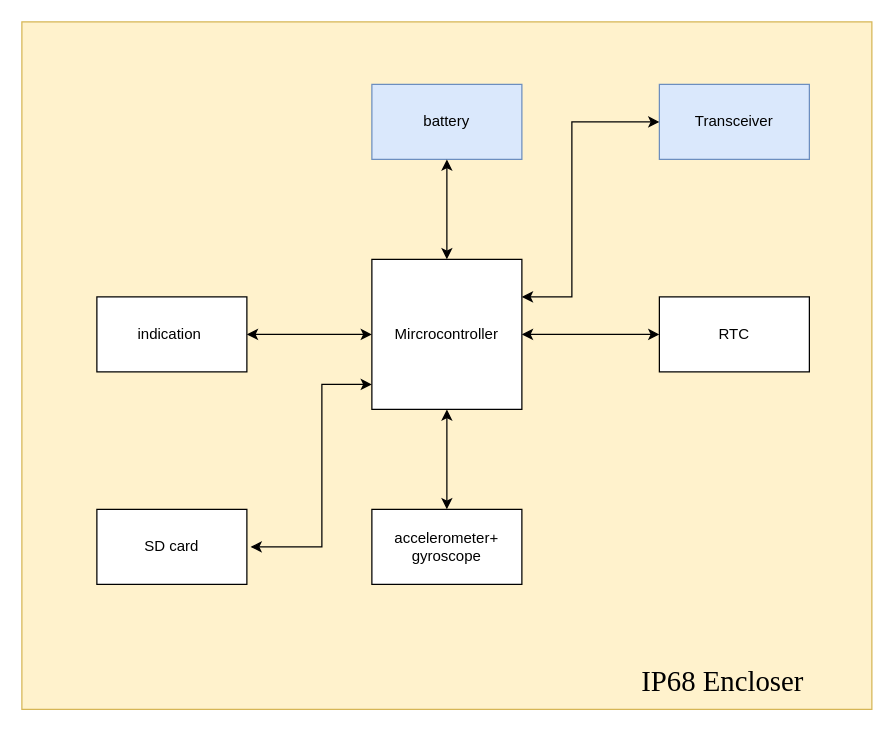
The draw.io diagram shambhavi/Document/QLBF.drawio in Ashutoshkarve007/STM32_Learning, before the edit. Source tidied: cells renumbered, new cells numbered last; positions are measured from the earlier drawing's top-left corner, leaving out a move shared by most shapes. Both pictures are drawn from the tidied source at 125%, with x=0, y=0 at pixel (21, 21).
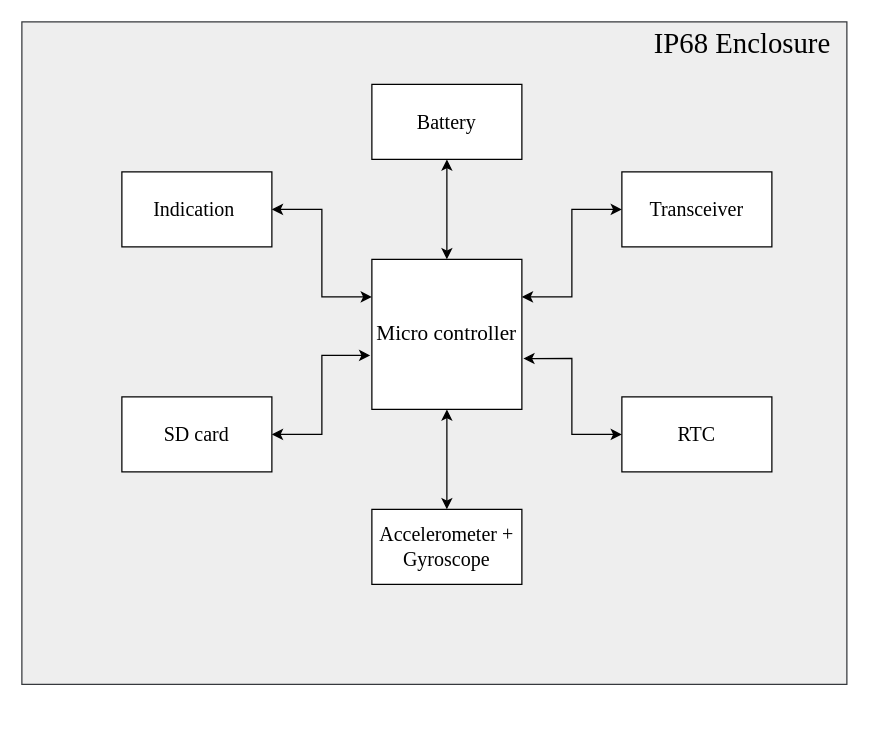
Above is the later version.

What changed in the source:
```diff
@@
-    <mxCell id="2" style="rounded=0;whiteSpace=wrap;html=1;align=right;fillColor=#fff2cc;strokeColor=#d6b656;" parent="1" vertex="1">
-      <mxGeometry width="680" height="550" as="geometry" />
+    <mxCell id="2" style="rounded=0;whiteSpace=wrap;html=1;align=right;fillColor=#eeeeee;strokeColor=#36393d;" parent="1" vertex="1">
+      <mxGeometry width="660" height="530" as="geometry" />
     </mxCell>
-    <mxCell id="3" value="Mircrocontroller" style="whiteSpace=wrap;html=1;" parent="1" vertex="1">
+    <mxCell id="3" value="&lt;font style=&quot;font-size: 17px;&quot;&gt;Micro controller&lt;/font&gt;" style="whiteSpace=wrap;html=1;fontFamily=Times New Roman;" parent="1" vertex="1">
       <mxGeometry x="280" y="190" width="120" height="120" as="geometry" />
     </mxCell>
-    <mxCell id="4" value="battery" style="rounded=0;whiteSpace=wrap;html=1;fillColor=#dae8fc;strokeColor=#6c8ebf;" parent="1" vertex="1">
+    <mxCell id="4" value="&lt;font style=&quot;font-size: 16px;&quot;&gt;Battery&lt;/font&gt;" style="rounded=0;whiteSpace=wrap;html=1;fontFamily=Times New Roman;" parent="1" vertex="1">
       <mxGeometry x="280" y="50" width="120" height="60" as="geometry" />
     </mxCell>
-    <mxCell id="5" value="Transceiver" style="rounded=0;whiteSpace=wrap;html=1;rotation=0;fillColor=#dae8fc;strokeColor=#6c8ebf;" parent="1" vertex="1">
-      <mxGeometry x="510" y="50" width="120" height="60" as="geometry" />
+    <mxCell id="5" value="&lt;font style=&quot;font-size: 16px;&quot;&gt;Transceiver&lt;/font&gt;" style="rounded=0;whiteSpace=wrap;html=1;rotation=0;fontFamily=Times New Roman;" parent="1" vertex="1">
+      <mxGeometry x="480" y="120" width="120" height="60" as="geometry" />
     </mxCell>
-    <mxCell id="6" value="accelerometer+ gyroscope" style="rounded=0;whiteSpace=wrap;html=1;" parent="1" vertex="1">
+    <mxCell id="6" value="&lt;font style=&quot;font-size: 16px;&quot;&gt;Accelerometer + Gyroscope&lt;/font&gt;" style="rounded=0;whiteSpace=wrap;html=1;fontFamily=Times New Roman;" parent="1" vertex="1">
       <mxGeometry x="280" y="390" width="120" height="60" as="geometry" />
     </mxCell>
-    <mxCell id="7" value="SD card" style="rounded=0;whiteSpace=wrap;html=1;" parent="1" vertex="1">
-      <mxGeometry x="60" y="390" width="120" height="60" as="geometry" />
+    <mxCell id="7" value="&lt;font style=&quot;font-size: 16px;&quot;&gt;SD card&lt;/font&gt;" style="rounded=0;whiteSpace=wrap;html=1;fontFamily=Times New Roman;" parent="1" vertex="1">
+      <mxGeometry x="80" y="300" width="120" height="60" as="geometry" />
     </mxCell>
-    <mxCell id="8" value="indication&amp;nbsp;" style="rounded=0;whiteSpace=wrap;html=1;" parent="1" vertex="1">
-      <mxGeometry x="60" y="220" width="120" height="60" as="geometry" />
+    <mxCell id="8" value="&lt;font style=&quot;font-size: 16px;&quot;&gt;Indication&amp;nbsp;&lt;/font&gt;" style="rounded=0;whiteSpace=wrap;html=1;fontFamily=Times New Roman;" parent="1" vertex="1">
+      <mxGeometry x="80" y="120" width="120" height="60" as="geometry" />
     </mxCell>
-    <mxCell id="9" value="RTC" style="rounded=0;whiteSpace=wrap;html=1;" parent="1" vertex="1">
-      <mxGeometry x="510" y="220" width="120" height="60" as="geometry" />
+    <mxCell id="9" value="&lt;font style=&quot;font-size: 16px;&quot;&gt;RTC&lt;/font&gt;" style="rounded=0;whiteSpace=wrap;html=1;fontFamily=Times New Roman;" parent="1" vertex="1">
+      <mxGeometry x="480" y="300" width="120" height="60" as="geometry" />
     </mxCell>
-    <mxCell id="10" style="endArrow=classic;startArrow=classic;html=1;rounded=0;entryX=0;entryY=0.5;entryDx=0;entryDy=0;edgeStyle=orthogonalEdgeStyle;exitX=1;exitY=0.25;exitDx=0;exitDy=0;" parent="1" edge="1" source="3" target="5">
-      <mxGeometry relative="1" as="geometry">
-        <Array as="points">
-          <mxPoint x="440" y="220" />
-          <mxPoint x="440" y="80" />
-        </Array>
-      </mxGeometry>
+    <mxCell id="10" style="endArrow=classic;startArrow=classic;html=1;rounded=0;entryX=0;entryY=0.5;entryDx=0;entryDy=0;exitX=1;exitY=0.25;exitDx=0;exitDy=0;edgeStyle=orthogonalEdgeStyle;" parent="1" edge="1" source="3" target="5">
+      <mxGeometry relative="1" as="geometry" />
     </mxCell>
@@
-    <mxCell id="12" style="endArrow=classic;startArrow=classic;html=1;rounded=0;edgeStyle=orthogonalEdgeStyle;" parent="1" edge="1">
-      <mxGeometry relative="1" as="geometry">
-        <mxPoint x="183" y="420" as="sourcePoint" />
-        <mxPoint x="280" y="290" as="targetPoint" />
-        <Array as="points">
-          <mxPoint x="240" y="420" />
-          <mxPoint x="240" y="290" />
-        </Array>
-      </mxGeometry>
+    <mxCell id="12" style="endArrow=classic;startArrow=classic;html=1;rounded=0;exitX=-0.011;exitY=0.64;exitDx=0;exitDy=0;edgeStyle=orthogonalEdgeStyle;entryX=1;entryY=0.5;entryDx=0;entryDy=0;exitPerimeter=0;" parent="1" edge="1" source="3" target="7">
+      <mxGeometry relative="1" as="geometry" />
     </mxCell>
-    <mxCell id="13" style="endArrow=classic;startArrow=classic;html=1;rounded=0;exitX=1;exitY=0.5;exitDx=0;exitDy=0;" parent="1" edge="1" source="8">
-      <mxGeometry relative="1" as="geometry">
-        <mxPoint x="280" y="250" as="targetPoint" />
-      </mxGeometry>
+    <mxCell id="13" style="endArrow=classic;startArrow=classic;html=1;rounded=0;exitX=0;exitY=0.25;exitDx=0;exitDy=0;edgeStyle=orthogonalEdgeStyle;entryX=1;entryY=0.5;entryDx=0;entryDy=0;" parent="1" edge="1" source="3" target="8">
+      <mxGeometry relative="1" as="geometry" />
     </mxCell>
-    <mxCell id="14" style="endArrow=classic;startArrow=classic;html=1;rounded=0;entryX=0;entryY=0.5;entryDx=0;entryDy=0;" parent="1" edge="1" target="9">
-      <mxGeometry relative="1" as="geometry">
-        <mxPoint x="400" y="250" as="sourcePoint" />
-      </mxGeometry>
+    <mxCell id="14" style="endArrow=classic;startArrow=classic;html=1;rounded=0;entryX=0;entryY=0.5;entryDx=0;entryDy=0;edgeStyle=orthogonalEdgeStyle;exitX=1.01;exitY=0.661;exitDx=0;exitDy=0;exitPerimeter=0;" parent="1" edge="1" source="3" target="9">
+      <mxGeometry relative="1" as="geometry" />
     </mxCell>
@@
-    <mxCell id="16" value="IP68 Encloser" style="text;strokeColor=none;fillColor=none;align=left;verticalAlign=middle;spacingLeft=4;spacingRight=4;overflow=hidden;fontFamily=Times New Roman;fontSize=23;" parent="1" vertex="1">
-      <mxGeometry x="490" y="510" width="160" height="30" as="geometry" />
+    <mxCell id="16" value="IP68 Enclosure" style="text;strokeColor=none;fillColor=none;align=left;verticalAlign=middle;spacingLeft=4;spacingRight=4;overflow=hidden;fontFamily=Times New Roman;fontSize=23;" parent="1" vertex="1">
+      <mxGeometry x="500" width="160" height="30" as="geometry" />
     </mxCell>
```
